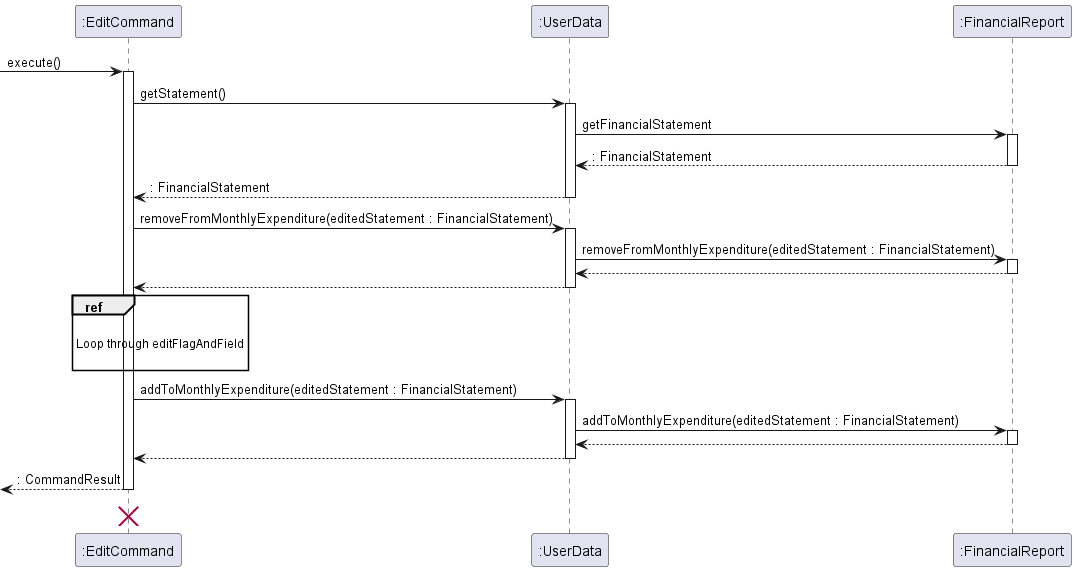
Above: docs/images/DeveloperGuide/EditCommand.png in nus-cs2113-AY2223S2/tp (PlantUML), before the change.
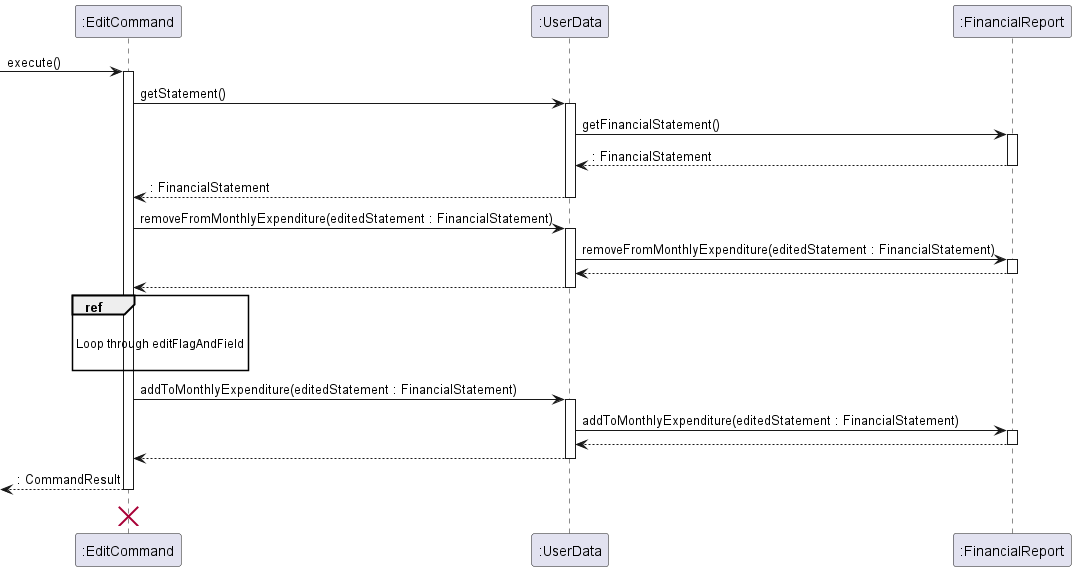
After the commit.

The edit, as a diff of the source:
```diff
@@ -9,7 +9,7 @@
 EditCommand -> UserData : getStatement()
 activate UserData
 
-UserData -> FinancialReport : getFinancialStatement
+UserData -> FinancialReport : getFinancialStatement()
 activate FinancialReport
 FinancialReport --> UserData: : FinancialStatement
 deactivate FinancialReport
```
